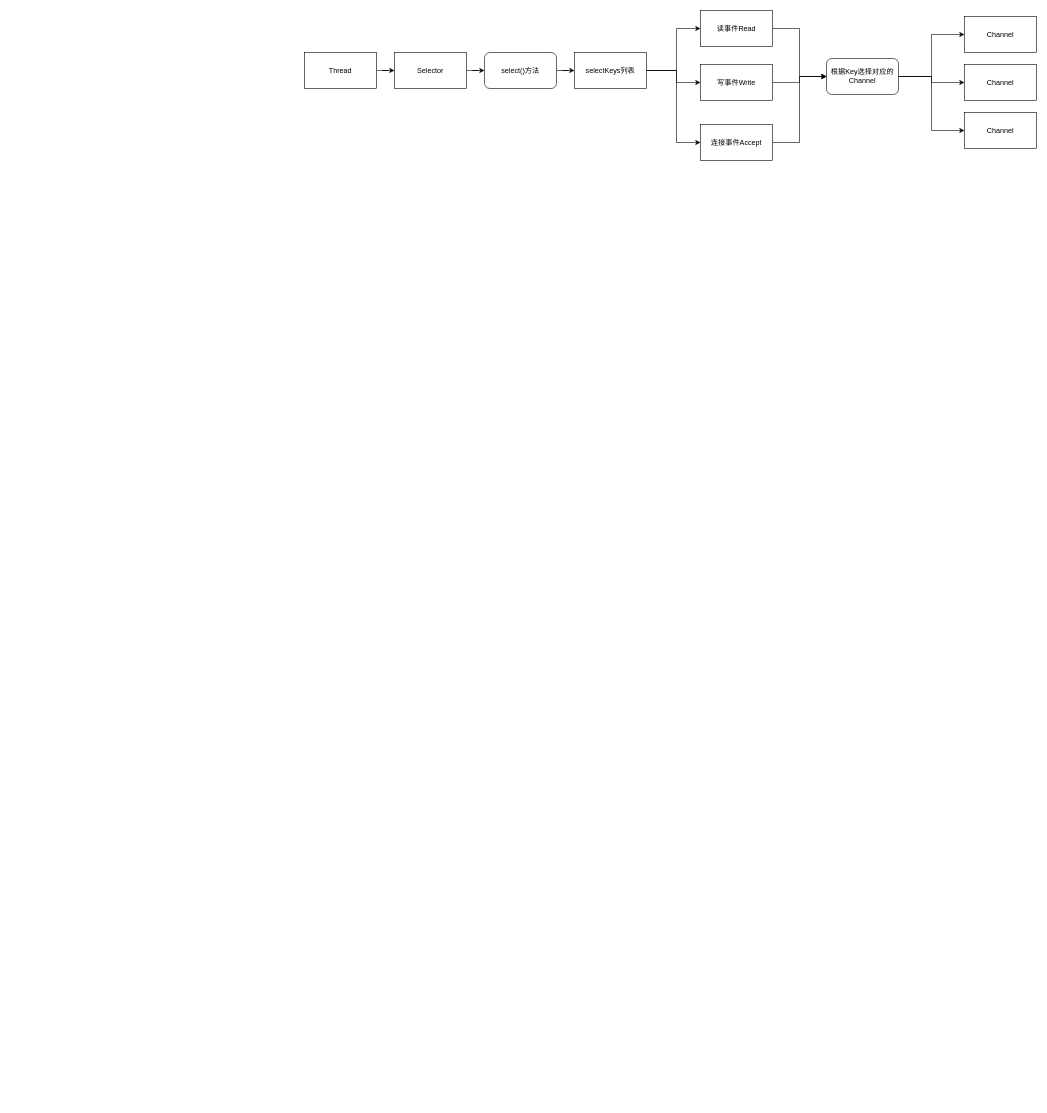
mangxiao2018/Netty-Learning keeps this draw.io diagram as NettyDocument/画图原型/Selector内部原理逻辑.dio. Above is the earlier version. Source tidied: cells renumbered, new cells numbered last; positions are measured from the earlier drawing's top-left corner, leaving out a move shared by most shapes. Both pictures are drawn from the tidied source at 60%, with x=0, y=0 at pixel (304, 10).
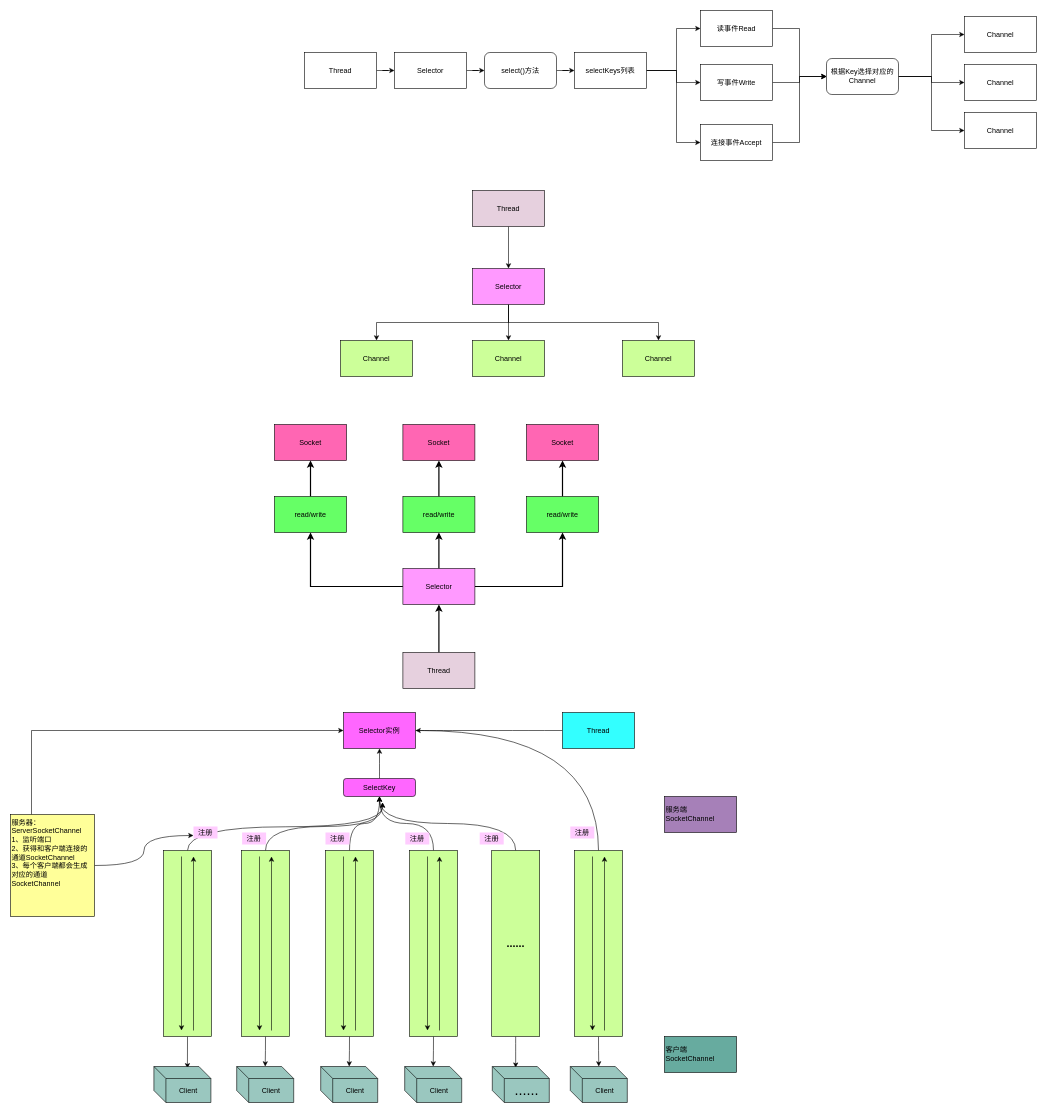
Above is the later version.

Commit message:
Selector内部原理逻辑

Diff of the diagram source:
```diff
@@
+    <mxCell id="25" style="edgeStyle=orthogonalEdgeStyle;rounded=0;html=1;entryX=0.5;entryY=0;jettySize=auto;" parent="1" edge="1" source="26" target="30">
+      <mxGeometry relative="1" as="geometry" />
+    </mxCell>
+    <mxCell id="26" value="Thread" style="rounded=0;whiteSpace=wrap;html=1;fillColor=#E6D0DE;" parent="1" vertex="1">
+      <mxGeometry x="280" y="300" width="120" height="60" as="geometry" />
+    </mxCell>
+    <mxCell id="27" style="edgeStyle=orthogonalEdgeStyle;rounded=0;html=1;entryX=0.5;entryY=0;jettySize=auto;" parent="1" edge="1" source="30" target="32">
+      <mxGeometry relative="1" as="geometry" />
+    </mxCell>
+    <mxCell id="28" style="edgeStyle=orthogonalEdgeStyle;rounded=0;html=1;entryX=0.5;entryY=0;jettySize=auto;exitX=0.5;exitY=1;" parent="1" edge="1" source="30" target="31">
+      <mxGeometry relative="1" as="geometry">
+        <Array as="points">
+          <mxPoint x="340" y="520" />
+          <mxPoint x="120" y="520" />
+        </Array>
+      </mxGeometry>
+    </mxCell>
+    <mxCell id="29" style="edgeStyle=orthogonalEdgeStyle;rounded=0;html=1;jettySize=auto;exitX=0.5;exitY=1;" parent="1" edge="1" source="30" target="33">
+      <mxGeometry relative="1" as="geometry">
+        <Array as="points">
+          <mxPoint x="340" y="520" />
+          <mxPoint x="590" y="520" />
+        </Array>
+      </mxGeometry>
+    </mxCell>
+    <mxCell id="30" value="Selector" style="rounded=0;whiteSpace=wrap;html=1;fillColor=#FF99FF;" parent="1" vertex="1">
+      <mxGeometry x="280" y="430" width="120" height="60" as="geometry" />
+    </mxCell>
+    <mxCell id="31" value="Channel" style="rounded=0;whiteSpace=wrap;html=1;fillColor=#CCFF99;" parent="1" vertex="1">
+      <mxGeometry x="60" y="550" width="120" height="60" as="geometry" />
+    </mxCell>
+    <mxCell id="32" value="Channel" style="rounded=0;whiteSpace=wrap;html=1;fillColor=#CCFF99;" parent="1" vertex="1">
+      <mxGeometry x="280" y="550" width="120" height="60" as="geometry" />
+    </mxCell>
+    <mxCell id="33" value="Channel" style="rounded=0;whiteSpace=wrap;html=1;fillColor=#CCFF99;" parent="1" vertex="1">
+      <mxGeometry x="530" y="550" width="120" height="60" as="geometry" />
+    </mxCell>
+    <mxCell id="34" style="edgeStyle=orthogonalEdgeStyle;rounded=0;html=1;entryX=0.5;entryY=1;jettySize=auto;strokeWidth=2;" parent="1" edge="1" source="35" target="39">
+      <mxGeometry relative="1" as="geometry" />
+    </mxCell>
+    <mxCell id="35" value="Thread" style="rounded=0;whiteSpace=wrap;html=1;fillColor=#E6D0DE;" parent="1" vertex="1">
+      <mxGeometry x="164" y="1070" width="120" height="60" as="geometry" />
+    </mxCell>
+    <mxCell id="36" style="edgeStyle=orthogonalEdgeStyle;rounded=0;html=1;entryX=0.5;entryY=1;jettySize=auto;strokeWidth=2;" parent="1" edge="1" source="39" target="43">
+      <mxGeometry relative="1" as="geometry" />
+    </mxCell>
+    <mxCell id="37" style="edgeStyle=orthogonalEdgeStyle;rounded=0;html=1;entryX=0.5;entryY=1;jettySize=auto;strokeWidth=2;" parent="1" edge="1" source="39" target="45">
+      <mxGeometry relative="1" as="geometry" />
+    </mxCell>
+    <mxCell id="38" style="edgeStyle=orthogonalEdgeStyle;rounded=0;html=1;entryX=0.5;entryY=1;jettySize=auto;strokeWidth=2;" parent="1" edge="1" source="39" target="41">
+      <mxGeometry relative="1" as="geometry" />
+    </mxCell>
+    <mxCell id="39" value="Selector" style="rounded=0;whiteSpace=wrap;html=1;fillColor=#FF99FF;" parent="1" vertex="1">
+      <mxGeometry x="164" y="930" width="120" height="60" as="geometry" />
+    </mxCell>
+    <mxCell id="40" style="edgeStyle=orthogonalEdgeStyle;rounded=0;html=1;entryX=0.5;entryY=1;jettySize=auto;strokeWidth=2;" parent="1" edge="1" source="41" target="46">
+      <mxGeometry relative="1" as="geometry" />
+    </mxCell>
+    <mxCell id="41" value="read/write" style="rounded=0;whiteSpace=wrap;html=1;fillColor=#66FF66;" parent="1" vertex="1">
+      <mxGeometry x="-50" y="810" width="120" height="60" as="geometry" />
+    </mxCell>
+    <mxCell id="42" style="edgeStyle=orthogonalEdgeStyle;rounded=0;html=1;entryX=0.5;entryY=1;jettySize=auto;strokeWidth=2;" parent="1" edge="1" source="43" target="47">
+      <mxGeometry relative="1" as="geometry" />
+    </mxCell>
+    <mxCell id="43" value="&lt;span&gt;read/write&lt;/span&gt;" style="rounded=0;whiteSpace=wrap;html=1;fillColor=#66FF66;" parent="1" vertex="1">
+      <mxGeometry x="164" y="810" width="120" height="60" as="geometry" />
+    </mxCell>
+    <mxCell id="44" style="edgeStyle=orthogonalEdgeStyle;rounded=0;html=1;entryX=0.5;entryY=1;jettySize=auto;strokeWidth=2;" parent="1" edge="1" source="45" target="48">
+      <mxGeometry relative="1" as="geometry" />
+    </mxCell>
+    <mxCell id="45" value="&lt;span&gt;read/write&lt;/span&gt;" style="rounded=0;whiteSpace=wrap;html=1;fillColor=#66FF66;" parent="1" vertex="1">
+      <mxGeometry x="370" y="810" width="120" height="60" as="geometry" />
+    </mxCell>
+    <mxCell id="46" value="Socket" style="rounded=0;whiteSpace=wrap;html=1;fillColor=#FF66B3;" parent="1" vertex="1">
+      <mxGeometry x="-50" y="690" width="120" height="60" as="geometry" />
+    </mxCell>
+    <mxCell id="47" value="Socket" style="rounded=0;whiteSpace=wrap;html=1;fillColor=#FF66B3;" parent="1" vertex="1">
+      <mxGeometry x="164" y="690" width="120" height="60" as="geometry" />
+    </mxCell>
+    <mxCell id="48" value="Socket" style="rounded=0;whiteSpace=wrap;html=1;fillColor=#FF66B3;" parent="1" vertex="1">
+      <mxGeometry x="370" y="690" width="120" height="60" as="geometry" />
+    </mxCell>
+    <mxCell id="49" style="edgeStyle=orthogonalEdgeStyle;curved=1;rounded=0;html=1;entryX=0;entryY=0.5;jettySize=auto;endArrow=none;endFill=0;" parent="1" edge="1" source="50" target="51">
+      <mxGeometry relative="1" as="geometry" />
+    </mxCell>
+    <mxCell id="50" value="Selector实例" style="rounded=0;whiteSpace=wrap;html=1;fillColor=#FF66FF;" parent="1" vertex="1">
+      <mxGeometry x="65" y="1170" width="120" height="60" as="geometry" />
+    </mxCell>
+    <mxCell id="51" value="Thread" style="rounded=0;whiteSpace=wrap;html=1;fillColor=#33FFFF;" parent="1" vertex="1">
+      <mxGeometry x="430" y="1170" width="120" height="60" as="geometry" />
+    </mxCell>
+    <mxCell id="52" style="edgeStyle=orthogonalEdgeStyle;curved=1;rounded=0;html=1;entryX=0.5;entryY=1;endArrow=classic;endFill=1;jettySize=auto;" parent="1" edge="1" source="53" target="50">
+      <mxGeometry relative="1" as="geometry" />
+    </mxCell>
+    <mxCell id="53" value="SelectKey" style="rounded=1;whiteSpace=wrap;html=1;fillColor=#FF66FF;" parent="1" vertex="1">
+      <mxGeometry x="65" y="1280" width="120" height="30" as="geometry" />
+    </mxCell>
+    <mxCell id="54" style="edgeStyle=orthogonalEdgeStyle;rounded=0;html=1;jettySize=auto;exitX=0.5;exitY=0;curved=1;" parent="1" edge="1" source="56">
+      <mxGeometry relative="1" as="geometry">
+        <mxPoint x="130" y="1320" as="targetPoint" />
+      </mxGeometry>
+    </mxCell>
+    <mxCell id="55" style="edgeStyle=orthogonalEdgeStyle;curved=1;rounded=0;html=1;entryX=0.588;entryY=0.052;entryPerimeter=0;endArrow=classic;endFill=1;jettySize=auto;" parent="1" edge="1" source="56" target="92">
+      <mxGeometry relative="1" as="geometry" />
+    </mxCell>
+    <mxCell id="56" style="rounded=0;whiteSpace=wrap;html=1;fillColor=#CCFF99;" parent="1" vertex="1">
+      <mxGeometry x="-235" y="1400" width="80" height="310" as="geometry" />
+    </mxCell>
+    <mxCell id="57" style="group;" parent="1" vertex="1">
+      <mxGeometry x="-205" y="1410" width="20" height="290" as="geometry" />
+    </mxCell>
+    <mxCell id="58" style="endArrow=classic;html=1;" parent="57" edge="1">
+      <mxGeometry relative="1" as="geometry">
+        <mxPoint as="sourcePoint" />
+        <mxPoint y="290" as="targetPoint" />
+      </mxGeometry>
+    </mxCell>
+    <mxCell id="59" style="endArrow=classic;html=1;" parent="57" edge="1">
+      <mxGeometry relative="1" as="geometry">
+        <mxPoint x="20" y="290" as="sourcePoint" />
+        <mxPoint x="20" as="targetPoint" />
+      </mxGeometry>
+    </mxCell>
+    <mxCell id="60" style="edgeStyle=orthogonalEdgeStyle;curved=1;rounded=0;html=1;jettySize=auto;exitX=0.5;exitY=0;" parent="1" edge="1" source="62">
+      <mxGeometry relative="1" as="geometry">
+        <mxPoint x="130" y="1320" as="targetPoint" />
+        <Array as="points">
+          <mxPoint x="-65" y="1360" />
+          <mxPoint x="130" y="1360" />
+        </Array>
+      </mxGeometry>
+    </mxCell>
+    <mxCell id="61" style="edgeStyle=orthogonalEdgeStyle;curved=1;rounded=0;html=1;entryX=0.5;entryY=0;endArrow=classic;endFill=1;jettySize=auto;" parent="1" edge="1" source="62" target="93">
+      <mxGeometry relative="1" as="geometry" />
+    </mxCell>
+    <mxCell id="62" style="rounded=0;whiteSpace=wrap;html=1;fillColor=#CCFF99;" parent="1" vertex="1">
+      <mxGeometry x="-105" y="1400" width="80" height="310" as="geometry" />
+    </mxCell>
+    <mxCell id="63" style="group;" parent="1" vertex="1">
+      <mxGeometry x="-75" y="1410" width="20" height="290" as="geometry" />
+    </mxCell>
+    <mxCell id="64" style="endArrow=classic;html=1;" parent="63" edge="1">
+      <mxGeometry relative="1" as="geometry">
+        <mxPoint as="sourcePoint" />
+        <mxPoint y="290" as="targetPoint" />
+      </mxGeometry>
+    </mxCell>
+    <mxCell id="65" style="endArrow=classic;html=1;" parent="63" edge="1">
+      <mxGeometry relative="1" as="geometry">
+        <mxPoint x="20" y="290" as="sourcePoint" />
+        <mxPoint x="20" as="targetPoint" />
+      </mxGeometry>
+    </mxCell>
+    <mxCell id="66" style="edgeStyle=orthogonalEdgeStyle;curved=1;rounded=0;html=1;entryX=0.5;entryY=1;jettySize=auto;" parent="1" edge="1" source="68" target="53">
+      <mxGeometry relative="1" as="geometry" />
+    </mxCell>
+    <mxCell id="67" style="edgeStyle=orthogonalEdgeStyle;curved=1;rounded=0;html=1;entryX=0.5;entryY=0;endArrow=classic;endFill=1;jettySize=auto;" parent="1" edge="1" source="68" target="94">
+      <mxGeometry relative="1" as="geometry" />
+    </mxCell>
+    <mxCell id="68" style="rounded=0;whiteSpace=wrap;html=1;fillColor=#CCFF99;" parent="1" vertex="1">
+      <mxGeometry x="35" y="1400" width="80" height="310" as="geometry" />
+    </mxCell>
+    <mxCell id="69" style="group;" parent="1" vertex="1">
+      <mxGeometry x="65" y="1410" width="20" height="290" as="geometry" />
+    </mxCell>
+    <mxCell id="70" style="endArrow=classic;html=1;" parent="69" edge="1">
+      <mxGeometry relative="1" as="geometry">
+        <mxPoint as="sourcePoint" />
+        <mxPoint y="290" as="targetPoint" />
+      </mxGeometry>
+    </mxCell>
+    <mxCell id="71" style="endArrow=classic;html=1;" parent="69" edge="1">
+      <mxGeometry relative="1" as="geometry">
+        <mxPoint x="20" y="290" as="sourcePoint" />
+        <mxPoint x="20" as="targetPoint" />
+      </mxGeometry>
+    </mxCell>
+    <mxCell id="72" style="edgeStyle=orthogonalEdgeStyle;curved=1;rounded=0;html=1;entryX=0.5;entryY=1;jettySize=auto;" parent="1" edge="1" source="74" target="53">
+      <mxGeometry relative="1" as="geometry" />
+    </mxCell>
+    <mxCell id="73" style="edgeStyle=orthogonalEdgeStyle;curved=1;rounded=0;html=1;entryX=0.5;entryY=0;endArrow=classic;endFill=1;jettySize=auto;" parent="1" edge="1" source="74" target="95">
+      <mxGeometry relative="1" as="geometry" />
+    </mxCell>
+    <mxCell id="74" style="rounded=0;whiteSpace=wrap;html=1;fillColor=#CCFF99;" parent="1" vertex="1">
+      <mxGeometry x="175" y="1400" width="80" height="310" as="geometry" />
+    </mxCell>
+    <mxCell id="75" style="group;" parent="1" vertex="1">
+      <mxGeometry x="205" y="1410" width="20" height="290" as="geometry" />
+    </mxCell>
+    <mxCell id="76" style="endArrow=classic;html=1;" parent="75" edge="1">
+      <mxGeometry relative="1" as="geometry">
+        <mxPoint as="sourcePoint" />
+        <mxPoint y="290" as="targetPoint" />
+      </mxGeometry>
+    </mxCell>
+    <mxCell id="77" style="endArrow=classic;html=1;" parent="75" edge="1">
+      <mxGeometry relative="1" as="geometry">
+        <mxPoint x="20" y="290" as="sourcePoint" />
+        <mxPoint x="20" as="targetPoint" />
+      </mxGeometry>
+    </mxCell>
+    <mxCell id="78" style="edgeStyle=orthogonalEdgeStyle;curved=1;rounded=0;html=1;entryX=1;entryY=0.5;endArrow=classic;endFill=1;jettySize=auto;exitX=0.5;exitY=0;" parent="1" edge="1" source="80" target="50">
+      <mxGeometry relative="1" as="geometry">
+        <Array as="points">
+          <mxPoint x="490" y="1200" />
+        </Array>
+      </mxGeometry>
+    </mxCell>
+    <mxCell id="79" style="edgeStyle=orthogonalEdgeStyle;curved=1;rounded=0;html=1;entryX=0.5;entryY=0;endArrow=classic;endFill=1;jettySize=auto;" parent="1" edge="1" source="80" target="96">
+      <mxGeometry relative="1" as="geometry" />
+    </mxCell>
+    <mxCell id="80" style="rounded=0;whiteSpace=wrap;html=1;fillColor=#CCFF99;" parent="1" vertex="1">
+      <mxGeometry x="450" y="1400" width="80" height="310" as="geometry" />
+    </mxCell>
+    <mxCell id="81" style="group;" parent="1" vertex="1">
+      <mxGeometry x="480" y="1410" width="20" height="290" as="geometry" />
+    </mxCell>
+    <mxCell id="82" style="endArrow=classic;html=1;" parent="81" edge="1">
+      <mxGeometry relative="1" as="geometry">
+        <mxPoint as="sourcePoint" />
+        <mxPoint y="290" as="targetPoint" />
+      </mxGeometry>
+    </mxCell>
+    <mxCell id="83" style="endArrow=classic;html=1;" parent="81" edge="1">
+      <mxGeometry relative="1" as="geometry">
+        <mxPoint x="20" y="290" as="sourcePoint" />
+        <mxPoint x="20" as="targetPoint" />
+      </mxGeometry>
+    </mxCell>
+    <mxCell id="84" style="edgeStyle=orthogonalEdgeStyle;curved=1;rounded=0;html=1;entryX=0.5;entryY=1;jettySize=auto;exitX=0.5;exitY=0;" parent="1" edge="1" source="86" target="53">
+      <mxGeometry relative="1" as="geometry">
+        <Array as="points">
+          <mxPoint x="352" y="1355" />
+          <mxPoint x="125" y="1355" />
+        </Array>
+      </mxGeometry>
+    </mxCell>
+    <mxCell id="85" style="edgeStyle=orthogonalEdgeStyle;curved=1;rounded=0;html=1;entryX=0.41;entryY=0.034;entryPerimeter=0;endArrow=classic;endFill=1;jettySize=auto;" parent="1" edge="1" source="86" target="97">
+      <mxGeometry relative="1" as="geometry" />
+    </mxCell>
+    <mxCell id="86" value="&lt;b&gt;&lt;font style=&quot;font-size: 18px&quot;&gt;......&lt;/font&gt;&lt;/b&gt;" style="rounded=0;whiteSpace=wrap;html=1;fillColor=#CCFF99;" parent="1" vertex="1">
+      <mxGeometry x="312" y="1400" width="80" height="310" as="geometry" />
+    </mxCell>
+    <mxCell id="87" style="edgeStyle=orthogonalEdgeStyle;rounded=0;html=1;entryX=0;entryY=0.5;jettySize=auto;exitX=0.25;exitY=0;" parent="1" edge="1" source="89" target="50">
+      <mxGeometry relative="1" as="geometry">
+        <Array as="points">
+          <mxPoint x="-455" y="1200" />
+        </Array>
+      </mxGeometry>
+    </mxCell>
+    <mxCell id="88" style="edgeStyle=orthogonalEdgeStyle;curved=1;rounded=0;html=1;entryX=0;entryY=0.75;endArrow=classic;endFill=1;jettySize=auto;" parent="1" edge="1" source="89" target="98">
+      <mxGeometry relative="1" as="geometry" />
+    </mxCell>
+    <mxCell id="89" value="服务器：&lt;div&gt;ServerSocketChannel&lt;/div&gt;&lt;div&gt;1、监听端口&lt;/div&gt;&lt;div&gt;2、获得和客户端连接的通道SocketChannel&lt;/div&gt;&lt;div&gt;3、每个客户端都会生成对应的通道SocketChannel&lt;/div&gt;" style="rounded=0;whiteSpace=wrap;html=1;align=left;horizontal=1;verticalAlign=top;fillColor=#FFFF99;" parent="1" vertex="1">
+      <mxGeometry x="-490" y="1340" width="140" height="170" as="geometry" />
+    </mxCell>
+    <mxCell id="90" value="服务端&lt;div&gt;SocketChannel&lt;/div&gt;" style="rounded=0;whiteSpace=wrap;html=1;align=left;fillColor=#A680B8;" parent="1" vertex="1">
+      <mxGeometry x="600" y="1310" width="120" height="60" as="geometry" />
+    </mxCell>
+    <mxCell id="91" value="客户端&lt;div&gt;SocketChannel&lt;/div&gt;" style="rounded=0;whiteSpace=wrap;html=1;align=left;fillColor=#67AB9F;" parent="1" vertex="1">
+      <mxGeometry x="600" y="1710" width="120" height="60" as="geometry" />
+    </mxCell>
+    <mxCell id="92" value="Client" style="shape=cube;whiteSpace=wrap;html=1;boundedLbl=1;align=center;fillColor=#9AC7BF;" parent="1" vertex="1">
+      <mxGeometry x="-251" y="1760" width="95" height="60" as="geometry" />
+    </mxCell>
+    <mxCell id="93" value="Client" style="shape=cube;whiteSpace=wrap;html=1;boundedLbl=1;align=center;fillColor=#9AC7BF;" parent="1" vertex="1">
+      <mxGeometry x="-113" y="1760" width="95" height="60" as="geometry" />
+    </mxCell>
+    <mxCell id="94" value="Client" style="shape=cube;whiteSpace=wrap;html=1;boundedLbl=1;align=center;fillColor=#9AC7BF;" parent="1" vertex="1">
+      <mxGeometry x="27" y="1760" width="95" height="60" as="geometry" />
+    </mxCell>
+    <mxCell id="95" value="Client" style="shape=cube;whiteSpace=wrap;html=1;boundedLbl=1;align=center;fillColor=#9AC7BF;" parent="1" vertex="1">
+      <mxGeometry x="167" y="1760" width="95" height="60" as="geometry" />
+    </mxCell>
+    <mxCell id="96" value="Client" style="shape=cube;whiteSpace=wrap;html=1;boundedLbl=1;align=center;fillColor=#9AC7BF;" parent="1" vertex="1">
+      <mxGeometry x="443" y="1760" width="95" height="60" as="geometry" />
+    </mxCell>
+    <mxCell id="97" value="&lt;font style=&quot;font-size: 24px&quot;&gt;......&lt;/font&gt;" style="shape=cube;whiteSpace=wrap;html=1;boundedLbl=1;align=center;fillColor=#9AC7BF;" parent="1" vertex="1">
+      <mxGeometry x="313" y="1760" width="95" height="60" as="geometry" />
+    </mxCell>
+    <mxCell id="98" value="注册" style="text;html=1;strokeColor=none;fillColor=#FFCCFF;align=center;verticalAlign=middle;whiteSpace=wrap;rounded=0;" parent="1" vertex="1">
+      <mxGeometry x="-185" y="1360" width="40" height="20" as="geometry" />
+    </mxCell>
+    <mxCell id="99" value="注册" style="text;html=1;strokeColor=none;fillColor=#FFCCFF;align=center;verticalAlign=middle;whiteSpace=wrap;rounded=0;" parent="1" vertex="1">
+      <mxGeometry x="-104" y="1370" width="40" height="20" as="geometry" />
+    </mxCell>
+    <mxCell id="100" value="注册" style="text;html=1;strokeColor=none;fillColor=#FFCCFF;align=center;verticalAlign=middle;whiteSpace=wrap;rounded=0;" parent="1" vertex="1">
+      <mxGeometry x="35" y="1370" width="40" height="20" as="geometry" />
+    </mxCell>
+    <mxCell id="101" value="注册" style="text;html=1;strokeColor=none;fillColor=#FFCCFF;align=center;verticalAlign=middle;whiteSpace=wrap;rounded=0;" parent="1" vertex="1">
+      <mxGeometry x="168" y="1370" width="40" height="20" as="geometry" />
+    </mxCell>
+    <mxCell id="102" value="注册" style="text;html=1;strokeColor=none;fillColor=#FFCCFF;align=center;verticalAlign=middle;whiteSpace=wrap;rounded=0;" parent="1" vertex="1">
+      <mxGeometry x="292" y="1370" width="40" height="20" as="geometry" />
+    </mxCell>
+    <mxCell id="103" value="注册" style="text;html=1;strokeColor=none;fillColor=#FFCCFF;align=center;verticalAlign=middle;whiteSpace=wrap;rounded=0;" parent="1" vertex="1">
+      <mxGeometry x="443" y="1360" width="40" height="20" as="geometry" />
+    </mxCell>
```
